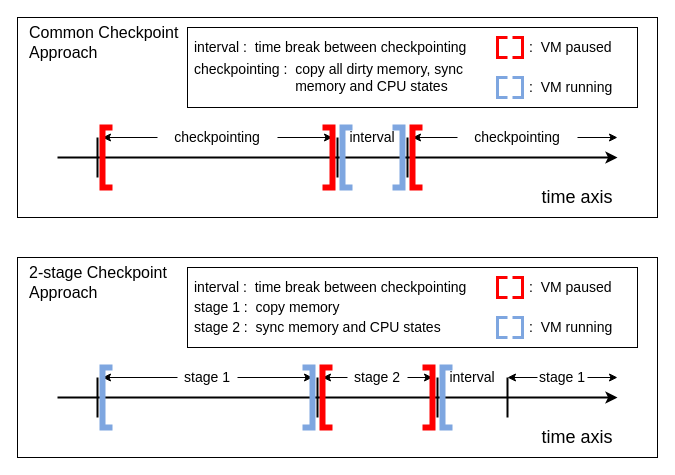
Earlier version of the draw.io diagram final/2-stage checkpointing time axis.drawio (xuyizhe1999/drawio). Source tidied: cells renumbered, new cells numbered last; positions are measured from the earlier drawing's top-left corner, leaving out a move shared by most shapes. Both pictures are drawn from the tidied source at 100%, with x=0, y=0 at pixel (17, 17).
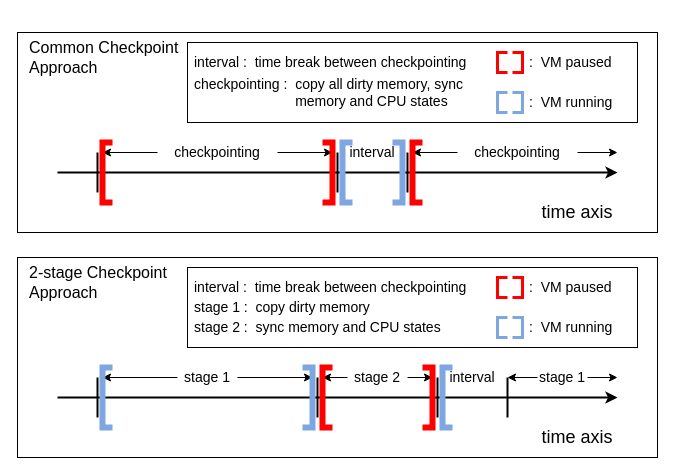
The same diagram, later.

The edit, as a diff of the source:
```diff
@@
     <mxCell id="2" style="rounded=0;whiteSpace=wrap;html=1;" parent="1" vertex="1">
-      <mxGeometry width="640" height="200" as="geometry" />
+      <mxGeometry y="15" width="640" height="200" as="geometry" />
     </mxCell>
@@
     <mxCell id="4" value="&lt;font style=&quot;font-size: 18px;&quot;&gt;time axis&lt;/font&gt;" style="text;html=1;strokeColor=none;fillColor=none;align=center;verticalAlign=middle;whiteSpace=wrap;rounded=0;" parent="1" vertex="1">
-      <mxGeometry x="500" y="160" width="120" height="40" as="geometry" />
+      <mxGeometry x="500" y="175" width="120" height="40" as="geometry" />
     </mxCell>
@@
     <mxCell id="6" style="endArrow=classic;html=1;rounded=0;endSize=6;startSize=6;strokeWidth=2;" parent="1" edge="1">
       <mxGeometry relative="1" as="geometry">
-        <mxPoint x="40" y="140" as="sourcePoint" />
-        <mxPoint x="600" y="140" as="targetPoint" />
+        <mxPoint x="40" y="155" as="sourcePoint" />
+        <mxPoint x="600" y="155" as="targetPoint" />
       </mxGeometry>
     </mxCell>
     <mxCell id="7" style="endArrow=none;html=1;rounded=0;strokeWidth=2;" parent="1" edge="1">
       <mxGeometry relative="1" as="geometry">
-        <mxPoint x="80" y="160" as="sourcePoint" />
-        <mxPoint x="80" y="120" as="targetPoint" />
+        <mxPoint x="80" y="175" as="sourcePoint" />
+        <mxPoint x="80" y="135" as="targetPoint" />
       </mxGeometry>
     </mxCell>
     <mxCell id="8" style="endArrow=none;html=1;rounded=0;strokeWidth=2;" parent="1" edge="1">
       <mxGeometry relative="1" as="geometry">
-        <mxPoint x="320" y="160" as="sourcePoint" />
-        <mxPoint x="320" y="120" as="targetPoint" />
+        <mxPoint x="320" y="175" as="sourcePoint" />
+        <mxPoint x="320" y="135" as="targetPoint" />
       </mxGeometry>
     </mxCell>
     <mxCell id="9" style="endArrow=none;html=1;rounded=0;strokeWidth=2;" parent="1" edge="1">
       <mxGeometry relative="1" as="geometry">
-        <mxPoint x="390" y="160" as="sourcePoint" />
-        <mxPoint x="390" y="120" as="targetPoint" />
+        <mxPoint x="390" y="175" as="sourcePoint" />
+        <mxPoint x="390" y="135" as="targetPoint" />
       </mxGeometry>
     </mxCell>
     <mxCell id="10" style="rounded=0;whiteSpace=wrap;html=1;" parent="1" vertex="1">
-      <mxGeometry x="170" y="10" width="450" height="80" as="geometry" />
+      <mxGeometry x="170" y="25" width="450" height="80" as="geometry" />
     </mxCell>
     <mxCell id="11" value="&lt;font style=&quot;font-size: 14px;&quot;&gt;checkpointing&lt;/font&gt;" style="text;html=1;strokeColor=none;fillColor=none;align=center;verticalAlign=middle;whiteSpace=wrap;rounded=0;" parent="1" vertex="1">
-      <mxGeometry x="140" y="100" width="120" height="40" as="geometry" />
+      <mxGeometry x="140" y="115" width="120" height="40" as="geometry" />
     </mxCell>
     <mxCell id="12" value="&lt;font style=&quot;font-size: 16px;&quot;&gt;Common Checkpoint Approach&lt;/font&gt;" style="text;html=1;strokeColor=none;fillColor=none;align=left;verticalAlign=middle;whiteSpace=wrap;rounded=0;" parent="1" vertex="1">
-      <mxGeometry x="10" width="160" height="50" as="geometry" />
+      <mxGeometry x="10" y="15" width="160" height="50" as="geometry" />
     </mxCell>
     <mxCell id="13" value="&lt;font style=&quot;font-size: 14px;&quot;&gt;interval&lt;/font&gt;" style="text;html=1;strokeColor=none;fillColor=none;align=center;verticalAlign=middle;whiteSpace=wrap;rounded=0;" parent="1" vertex="1">
-      <mxGeometry x="315" y="100" width="80" height="40" as="geometry" />
+      <mxGeometry x="315" y="115" width="80" height="40" as="geometry" />
     </mxCell>
     <mxCell id="14" value="&lt;font style=&quot;font-size: 14px;&quot;&gt;checkpointing&lt;/font&gt;" style="text;html=1;strokeColor=none;fillColor=none;align=center;verticalAlign=middle;whiteSpace=wrap;rounded=0;" parent="1" vertex="1">
-      <mxGeometry x="440" y="100" width="120" height="40" as="geometry" />
+      <mxGeometry x="440" y="115" width="120" height="40" as="geometry" />
     </mxCell>
     <mxCell id="15" style="endArrow=classic;html=1;rounded=0;exitX=0;exitY=0.5;exitDx=0;exitDy=0;" parent="1" edge="1" source="11">
       <mxGeometry relative="1" as="geometry">
-        <mxPoint x="85" y="120" as="targetPoint" />
+        <mxPoint x="85" y="135" as="targetPoint" />
       </mxGeometry>
     </mxCell>
     <mxCell id="16" style="endArrow=classic;html=1;rounded=0;exitX=1;exitY=0.5;exitDx=0;exitDy=0;" parent="1" edge="1" source="11">
       <mxGeometry relative="1" as="geometry">
-        <mxPoint x="315" y="120" as="targetPoint" />
+        <mxPoint x="315" y="135" as="targetPoint" />
       </mxGeometry>
     </mxCell>
     <mxCell id="17" style="endArrow=classic;html=1;rounded=0;exitX=0;exitY=0.5;exitDx=0;exitDy=0;" parent="1" edge="1" source="14">
       <mxGeometry relative="1" as="geometry">
-        <mxPoint x="395" y="120" as="targetPoint" />
+        <mxPoint x="395" y="135" as="targetPoint" />
       </mxGeometry>
     </mxCell>
     <mxCell id="18" value="&lt;span style=&quot;font-size: 14px;&quot;&gt;interval :&amp;nbsp; time break between checkpointing&lt;/span&gt;" style="text;html=1;strokeColor=none;fillColor=none;align=left;verticalAlign=middle;whiteSpace=wrap;rounded=0;" parent="1" vertex="1">
-      <mxGeometry x="175" y="20" width="285" height="20" as="geometry" />
+      <mxGeometry x="175" y="35" width="285" height="20" as="geometry" />
     </mxCell>
     <mxCell id="19" value="&lt;span style=&quot;font-size: 14px;&quot;&gt;checkpointing :&amp;nbsp; copy all dirty memory, sync&lt;br&gt;&lt;span style=&quot;white-space: pre;&quot;&gt;&#9;&lt;/span&gt;&lt;span style=&quot;white-space: pre;&quot;&gt;&#9;&lt;/span&gt;&lt;span style=&quot;white-space: pre;&quot;&gt;&#9;&lt;/span&gt;&amp;nbsp; memory and CPU states&lt;/span&gt;" style="text;html=1;strokeColor=none;fillColor=none;align=left;verticalAlign=middle;whiteSpace=wrap;rounded=0;" parent="1" vertex="1">
-      <mxGeometry x="175" y="40" width="280" height="40" as="geometry" />
+      <mxGeometry x="175" y="55" width="280" height="40" as="geometry" />
     </mxCell>
     <mxCell id="20" style="endArrow=none;html=1;rounded=0;strokeWidth=6;strokeColor=#FF0000;" parent="1" edge="1">
       <mxGeometry relative="1" as="geometry">
-        <mxPoint x="95" y="170" as="sourcePoint" />
-        <mxPoint x="95" y="110" as="targetPoint" />
+        <mxPoint x="95" y="185" as="sourcePoint" />
+        <mxPoint x="95" y="125" as="targetPoint" />
         <Array as="points">
-          <mxPoint x="85" y="170" />
-          <mxPoint x="85" y="110" />
+          <mxPoint x="85" y="185" />
+          <mxPoint x="85" y="125" />
         </Array>
       </mxGeometry>
     </mxCell>
     <mxCell id="21" style="endArrow=none;html=1;rounded=0;strokeWidth=6;strokeColor=#FF0000;" parent="1" edge="1">
       <mxGeometry relative="1" as="geometry">
-        <mxPoint x="405" y="170" as="sourcePoint" />
-        <mxPoint x="405" y="110" as="targetPoint" />
+        <mxPoint x="405" y="185" as="sourcePoint" />
+        <mxPoint x="405" y="125" as="targetPoint" />
         <Array as="points">
-          <mxPoint x="395" y="170" />
-          <mxPoint x="395" y="110" />
+          <mxPoint x="395" y="185" />
+          <mxPoint x="395" y="125" />
         </Array>
       </mxGeometry>
     </mxCell>
     <mxCell id="22" style="endArrow=none;html=1;rounded=0;strokeWidth=6;strokeColor=#FF0000;" parent="1" edge="1">
       <mxGeometry relative="1" as="geometry">
-        <mxPoint x="305" y="170" as="sourcePoint" />
-        <mxPoint x="305" y="110" as="targetPoint" />
+        <mxPoint x="305" y="185" as="sourcePoint" />
+        <mxPoint x="305" y="125" as="targetPoint" />
         <Array as="points">
-          <mxPoint x="315" y="170" />
-          <mxPoint x="315" y="110" />
+          <mxPoint x="315" y="185" />
+          <mxPoint x="315" y="125" />
         </Array>
       </mxGeometry>
     </mxCell>
     <mxCell id="23" style="endArrow=none;html=1;rounded=0;strokeWidth=3;strokeColor=#FF0000;" parent="1" edge="1">
       <mxGeometry relative="1" as="geometry">
-        <mxPoint x="490" y="40" as="sourcePoint" />
-        <mxPoint x="490" y="20" as="targetPoint" />
+        <mxPoint x="490" y="55" as="sourcePoint" />
+        <mxPoint x="490" y="35" as="targetPoint" />
         <Array as="points">
-          <mxPoint x="480" y="40" />
-          <mxPoint x="480" y="20" />
+          <mxPoint x="480" y="55" />
+          <mxPoint x="480" y="35" />
         </Array>
       </mxGeometry>
     </mxCell>
     <mxCell id="24" style="endArrow=none;html=1;rounded=0;strokeWidth=3;strokeColor=#FF0000;" parent="1" edge="1">
       <mxGeometry relative="1" as="geometry">
-        <mxPoint x="495" y="40" as="sourcePoint" />
-        <mxPoint x="495" y="20" as="targetPoint" />
+        <mxPoint x="495" y="55" as="sourcePoint" />
+        <mxPoint x="495" y="35" as="targetPoint" />
         <Array as="points">
-          <mxPoint x="505" y="40" />
-          <mxPoint x="505" y="20" />
+          <mxPoint x="505" y="55" />
+          <mxPoint x="505" y="35" />
         </Array>
       </mxGeometry>
     </mxCell>
     <mxCell id="25" value="&lt;span style=&quot;font-size: 14px;&quot;&gt;:&amp;nbsp; VM paused&lt;/span&gt;" style="text;html=1;strokeColor=none;fillColor=none;align=left;verticalAlign=middle;whiteSpace=wrap;rounded=0;" parent="1" vertex="1">
-      <mxGeometry x="510" y="10" width="90" height="40" as="geometry" />
+      <mxGeometry x="510" y="25" width="90" height="40" as="geometry" />
     </mxCell>
     <mxCell id="26" style="endArrow=none;html=1;rounded=0;strokeWidth=3;strokeColor=#7EA6E0;" parent="1" edge="1">
       <mxGeometry relative="1" as="geometry">
-        <mxPoint x="490" y="80" as="sourcePoint" />
-        <mxPoint x="490" y="60" as="targetPoint" />
+        <mxPoint x="490" y="95" as="sourcePoint" />
+        <mxPoint x="490" y="75" as="targetPoint" />
         <Array as="points">
-          <mxPoint x="480" y="80" />
-          <mxPoint x="480" y="60" />
+          <mxPoint x="480" y="95" />
+          <mxPoint x="480" y="75" />
         </Array>
       </mxGeometry>
     </mxCell>
     <mxCell id="27" style="endArrow=none;html=1;rounded=0;strokeWidth=3;strokeColor=#7EA6E0;" parent="1" edge="1">
       <mxGeometry relative="1" as="geometry">
-        <mxPoint x="495" y="80" as="sourcePoint" />
-        <mxPoint x="495" y="60" as="targetPoint" />
+        <mxPoint x="495" y="95" as="sourcePoint" />
+        <mxPoint x="495" y="75" as="targetPoint" />
         <Array as="points">
-          <mxPoint x="505" y="80" />
-          <mxPoint x="505" y="60" />
+          <mxPoint x="505" y="95" />
+          <mxPoint x="505" y="75" />
         </Array>
       </mxGeometry>
     </mxCell>
     <mxCell id="28" value="&lt;span style=&quot;font-size: 14px;&quot;&gt;:&amp;nbsp; VM running&lt;/span&gt;" style="text;html=1;strokeColor=none;fillColor=none;align=left;verticalAlign=middle;whiteSpace=wrap;rounded=0;" parent="1" vertex="1">
-      <mxGeometry x="510" y="50" width="90" height="40" as="geometry" />
+      <mxGeometry x="510" y="65" width="90" height="40" as="geometry" />
     </mxCell>
     <mxCell id="29" style="endArrow=none;html=1;rounded=0;strokeWidth=6;strokeColor=#7EA6E0;" parent="1" edge="1">
       <mxGeometry relative="1" as="geometry">
-        <mxPoint x="335" y="170" as="sourcePoint" />
-        <mxPoint x="335" y="110" as="targetPoint" />
+        <mxPoint x="335" y="185" as="sourcePoint" />
+        <mxPoint x="335" y="125" as="targetPoint" />
         <Array as="points">
-          <mxPoint x="325" y="170" />
-          <mxPoint x="325" y="110" />
+          <mxPoint x="325" y="185" />
+          <mxPoint x="325" y="125" />
         </Array>
       </mxGeometry>
     </mxCell>
     <mxCell id="30" style="endArrow=none;html=1;rounded=0;strokeWidth=6;strokeColor=#7EA6E0;" parent="1" edge="1">
       <mxGeometry relative="1" as="geometry">
-        <mxPoint x="375" y="170" as="sourcePoint" />
-        <mxPoint x="375" y="110" as="targetPoint" />
+        <mxPoint x="375" y="185" as="sourcePoint" />
+        <mxPoint x="375" y="125" as="targetPoint" />
         <Array as="points">
-          <mxPoint x="385" y="170" />
-          <mxPoint x="385" y="110" />
+          <mxPoint x="385" y="185" />
+          <mxPoint x="385" y="125" />
         </Array>
       </mxGeometry>
     </mxCell>
@@
     <mxCell id="49" style="endArrow=classic;html=1;rounded=0;" parent="1" edge="1">
       <mxGeometry relative="1" as="geometry">
-        <mxPoint x="560" y="120" as="sourcePoint" />
-        <mxPoint x="600" y="120" as="targetPoint" />
+        <mxPoint x="560" y="135" as="sourcePoint" />
+        <mxPoint x="600" y="135" as="targetPoint" />
       </mxGeometry>
     </mxCell>
@@
-    <mxCell id="54" value="&lt;span style=&quot;font-size: 14px;&quot;&gt;stage 1 :&amp;nbsp; copy memory&lt;br&gt;&lt;/span&gt;" style="text;html=1;strokeColor=none;fillColor=none;align=left;verticalAlign=middle;whiteSpace=wrap;rounded=0;" parent="1" vertex="1">
+    <mxCell id="54" value="&lt;span style=&quot;font-size: 14px;&quot;&gt;stage 1 :&amp;nbsp; copy dirty memory&lt;br&gt;&lt;/span&gt;" style="text;html=1;strokeColor=none;fillColor=none;align=left;verticalAlign=middle;whiteSpace=wrap;rounded=0;" parent="1" vertex="1">
       <mxGeometry x="175" y="280" width="280" height="20" as="geometry" />
     </mxCell>
```
